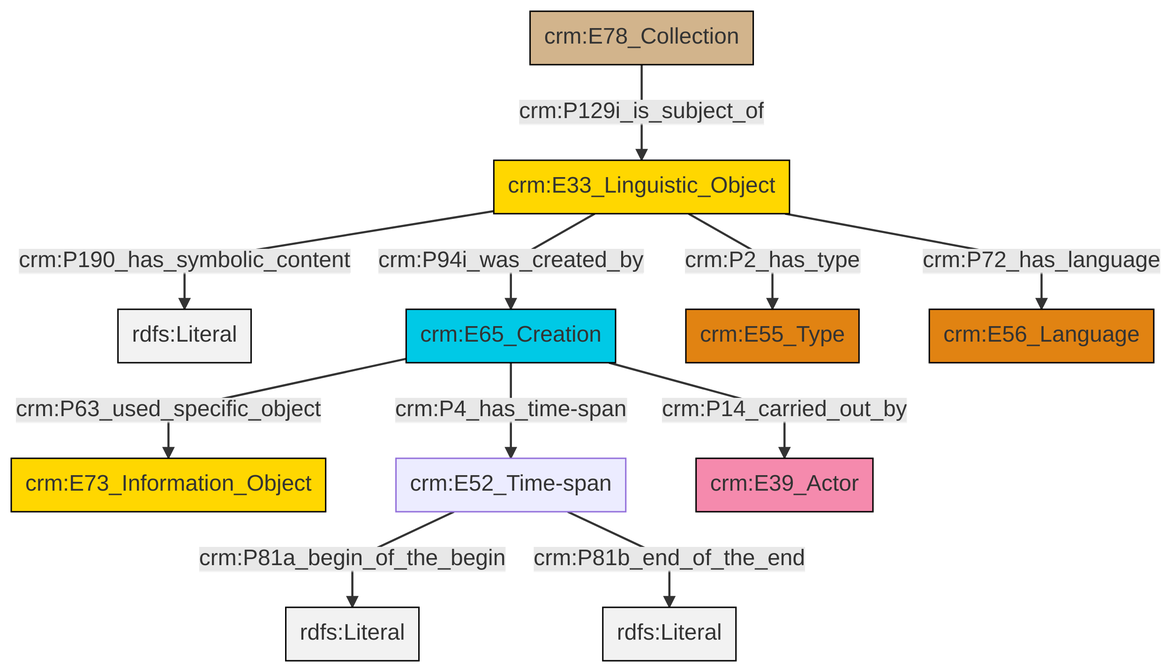
Above: et/archivalCSV/ttl/mmd/png/archival_desc.png in swiss-art-research-net/docs.swissartresearch (Mermaid), before the change. Its source is kept beside it as et/archivalCSV/ttl/mmd/archival_desc.ttl.mmd.
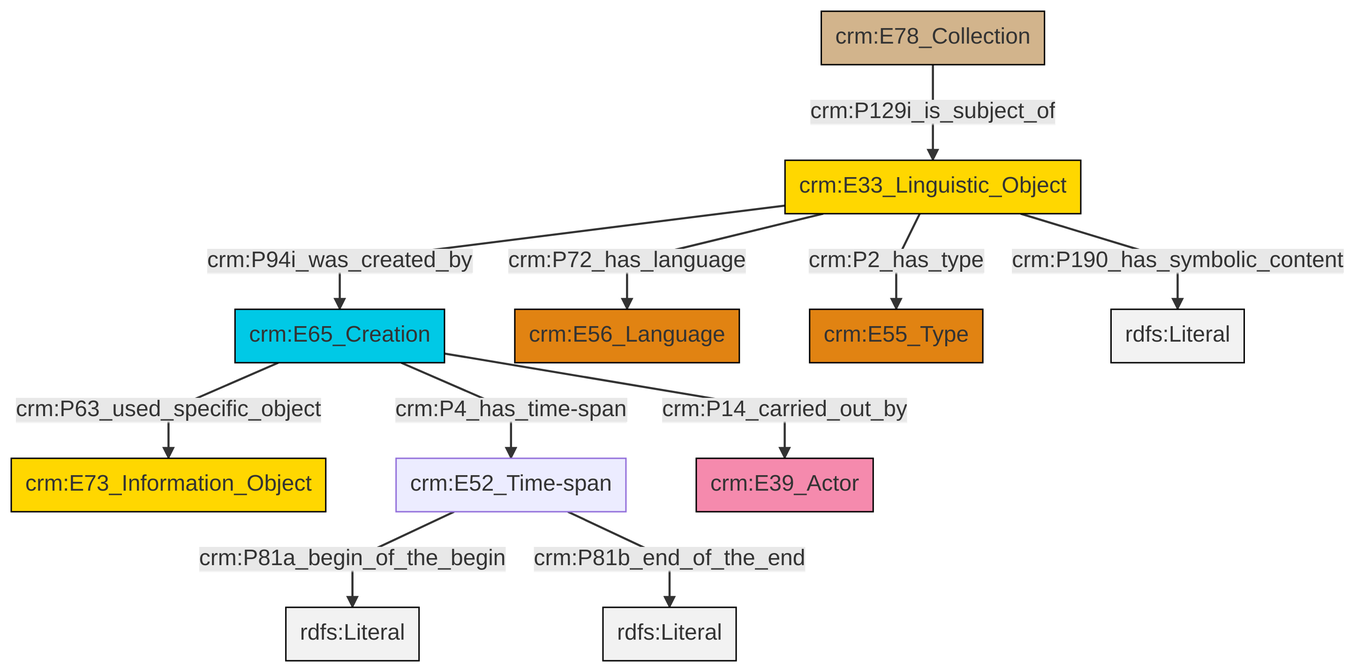
After the change.

The edit, as a diff of the source:
```diff
@@ -13,13 +13,13 @@
 classDef PC_Classes fill:#4ce600, stroke:#000000;
 classDef Multi fill:#cccccc,stroke:#000000;
 
-0["crm:E33_Linguistic_Object"]:::Conceptual_Object -->|crm:P190_has_symbolic_content| 1[rdfs:Literal]:::Literal
-2["crm:E78_Collection"]:::Physical_Thing -->|crm:P129i_is_subject_of| 0["crm:E33_Linguistic_Object"]:::Conceptual_Object
-5["crm:E52_Time-span"]:::Default -->|crm:P81a_begin_of_the_begin| 6[rdfs:Literal]:::Literal
-5["crm:E52_Time-span"]:::Default -->|crm:P81b_end_of_the_end| 8[rdfs:Literal]:::Literal
-10["crm:E65_Creation"]:::Temporal_Entity -->|crm:P4_has_time-span| 5["crm:E52_Time-span"]:::Default
-10["crm:E65_Creation"]:::Temporal_Entity -->|crm:P63_used_specific_object| 3["crm:E73_Information_Object"]:::Conceptual_Object
-0["crm:E33_Linguistic_Object"]:::Conceptual_Object -->|crm:P72_has_language| 17["crm:E56_Language"]:::Type
-0["crm:E33_Linguistic_Object"]:::Conceptual_Object -->|crm:P2_has_type| 14["crm:E55_Type"]:::Type
-0["crm:E33_Linguistic_Object"]:::Conceptual_Object -->|crm:P94i_was_created_by| 10["crm:E65_Creation"]:::Temporal_Entity
-10["crm:E65_Creation"]:::Temporal_Entity -->|crm:P14_carried_out_by| 11["crm:E39_Actor"]:::Actor
+2["crm:E65_Creation"]:::Temporal_Entity -->|crm:P63_used_specific_object| 0["crm:E73_Information_Object"]:::Conceptual_Object
+5["crm:E52_Time-span"]:::Default -->|crm:P81a_begin_of_the_begin| 9[rdfs:Literal]:::Literal
+10["crm:E33_Linguistic_Object"]:::Conceptual_Object -->|crm:P94i_was_created_by| 2["crm:E65_Creation"]:::Temporal_Entity
+10["crm:E33_Linguistic_Object"]:::Conceptual_Object -->|crm:P72_has_language| 7["crm:E56_Language"]:::Type
+5["crm:E52_Time-span"]:::Default -->|crm:P81b_end_of_the_end| 14[rdfs:Literal]:::Literal
+2["crm:E65_Creation"]:::Temporal_Entity -->|crm:P4_has_time-span| 5["crm:E52_Time-span"]:::Default
+10["crm:E33_Linguistic_Object"]:::Conceptual_Object -->|crm:P2_has_type| 16["crm:E55_Type"]:::Type
+3["crm:E78_Collection"]:::Physical_Thing -->|crm:P129i_is_subject_of| 10["crm:E33_Linguistic_Object"]:::Conceptual_Object
+10["crm:E33_Linguistic_Object"]:::Conceptual_Object -->|crm:P190_has_symbolic_content| 17[rdfs:Literal]:::Literal
+2["crm:E65_Creation"]:::Temporal_Entity -->|crm:P14_carried_out_by| 12["crm:E39_Actor"]:::Actor
```
